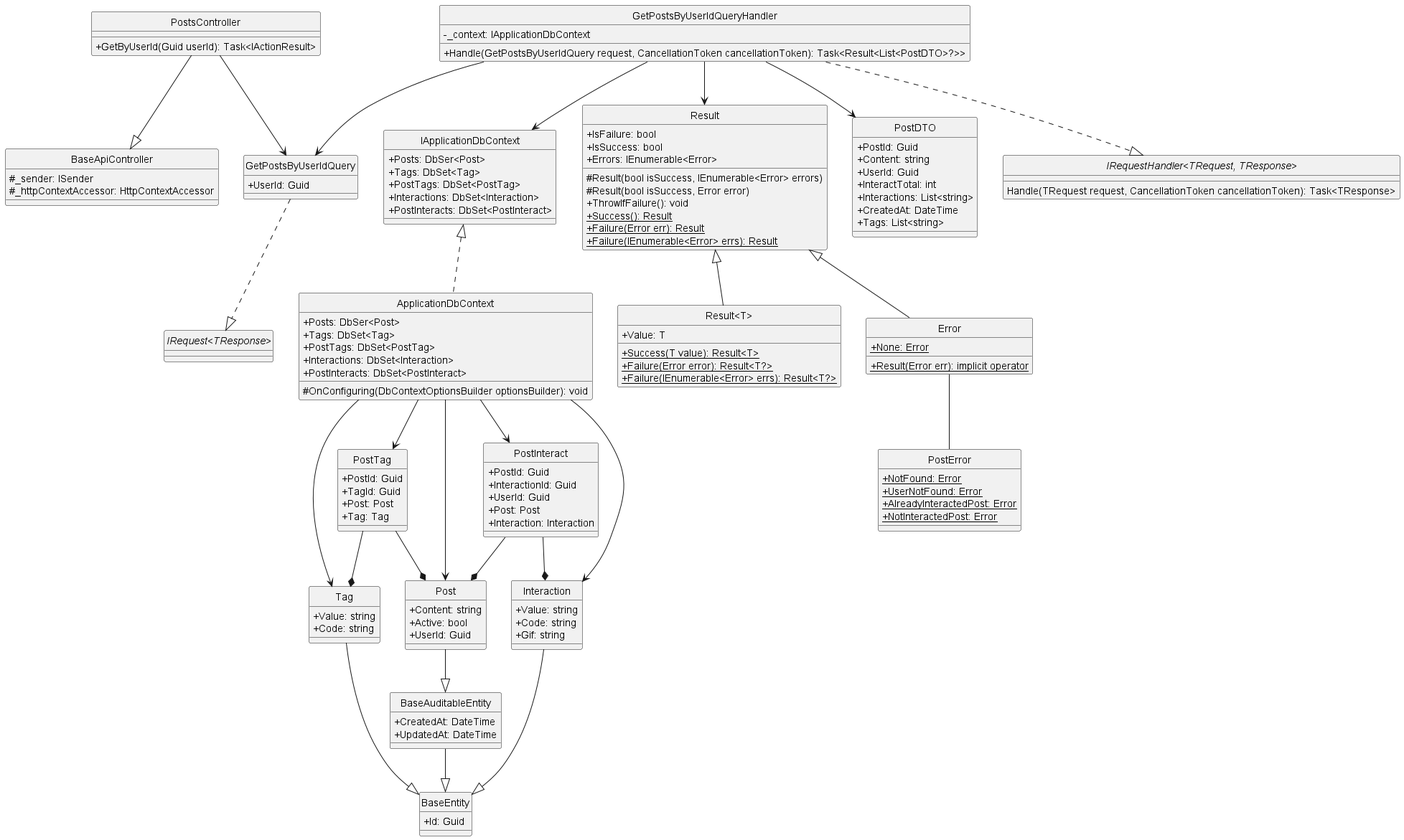
Earlier version of the PlantUML export docs/Class Diagram/Post/Post/GetByUserId/ClassDiagram/getPostByUserId.png (Carl-Johnsons/Chat-Application). The source it was exported from:
```plantuml
@startuml getPostByUserId
hide circle
skinparam classAttributeIconSize 0

class BaseApiController {
    #_sender: ISender
    #_httpContextAccessor: HttpContextAccessor
}

class PostsController {
    +GetByUserId(Guid userId): Task<IActionResult>
}

class GetPostsByUserIdQuery {
    +UserId: Guid
}

class GetPostsByUserIdQueryHandler {
    -_context: IApplicationDbContext
    +Handle(GetPostsByUserIdQuery request, CancellationToken cancellationToken): Task<Result<List<PostDTO>?>>
}

class IApplicationDbContext {
    +Posts: DbSer<Post>
    +Tags: DbSet<Tag>
    +PostTags: DbSet<PostTag>
    +Interactions: DbSet<Interaction>
    +PostInteracts: DbSet<PostInteract>
}

class ApplicationDbContext {
    +Posts: DbSer<Post>
    +Tags: DbSet<Tag>
    +PostTags: DbSet<PostTag>
    +Interactions: DbSet<Interaction>
    +PostInteracts: DbSet<PostInteract>
    #OnConfiguring(DbContextOptionsBuilder optionsBuilder): void
}

class Result {
    +IsFailure: bool
    +IsSuccess: bool
    +Errors: IEnumerable<Error>
    #Result(bool isSuccess, IEnumerable<Error> errors)
    #Result(bool isSuccess, Error error)
    +ThrowIfFailure(): void
    +{static} Success(): Result
    +{static} Failure(Error err): Result
    +{static} Failure(IEnumerable<Error> errs): Result
}

class "Result<T>" {
    +Value: T
    +{static} Success(T value): Result<T>
    +{static} Failure(Error error): Result<T?>
    +{static} Failure(IEnumerable<Error> errs): Result<T?>
}

class Error {
    +{static} None: Error
    +{static} Result(Error err): implicit operator
}

class PostError {
    +{static} NotFound: Error
    +{static} UserNotFound: Error
    +{static} AlreadyInteractedPost: Error
    +{static} NotInteractedPost: Error
}

class PostDTO {
    +PostId: Guid
    +Content: string
    +UserId: Guid
    +InteractTotal: int
    +Interactions: List<string>
    +CreatedAt: DateTime
    +Tags: List<string>
}

class BaseEntity {
    +Id: Guid
}

class BaseAuditableEntity{
    +CreatedAt: DateTime
    +UpdatedAt: DateTime
}

class Tag {
    +Value: string
    +Code: string
}

class Post {
    +Content: string
    +Active: bool
    +UserId: Guid
}

class PostTag {
    +PostId: Guid
    +TagId: Guid
    +Post: Post
    +Tag: Tag
}

class Interaction {
    +Value: string
    +Code: string
    +Gif: string
}

class PostInteract {
    +PostId: Guid
    +InteractionId: Guid
    +UserId: Guid
    +Post: Post
    +Interaction: Interaction
}

interface "IRequest<TResponse>"
interface "IRequestHandler<TRequest, TResponse>"{
    Handle(TRequest request, CancellationToken cancellationToken): Task<TResponse>
}

PostsController --|> BaseApiController
PostsController --> GetPostsByUserIdQuery
GetPostsByUserIdQuery ..|> "IRequest<TResponse>"
GetPostsByUserIdQueryHandler ..|> "IRequestHandler<TRequest, TResponse>"
GetPostsByUserIdQueryHandler --> GetPostsByUserIdQuery
GetPostsByUserIdQueryHandler --> Result
GetPostsByUserIdQueryHandler --> IApplicationDbContext
GetPostsByUserIdQueryHandler --> PostDTO
Result <|-- Error
Result <|-- "Result<T>"
Error -- PostError
Tag --|> BaseEntity
Interaction --|> BaseEntity
Post --|> BaseAuditableEntity
BaseAuditableEntity --|> BaseEntity
PostTag --* Post
PostTag --* Tag
PostInteract --* Post
PostInteract --* Interaction
IApplicationDbContext <|.. ApplicationDbContext
ApplicationDbContext --> Tag
ApplicationDbContext --> Post
ApplicationDbContext --> PostTag
ApplicationDbContext --> Interaction
ApplicationDbContext --> PostInteract
@enduml
```
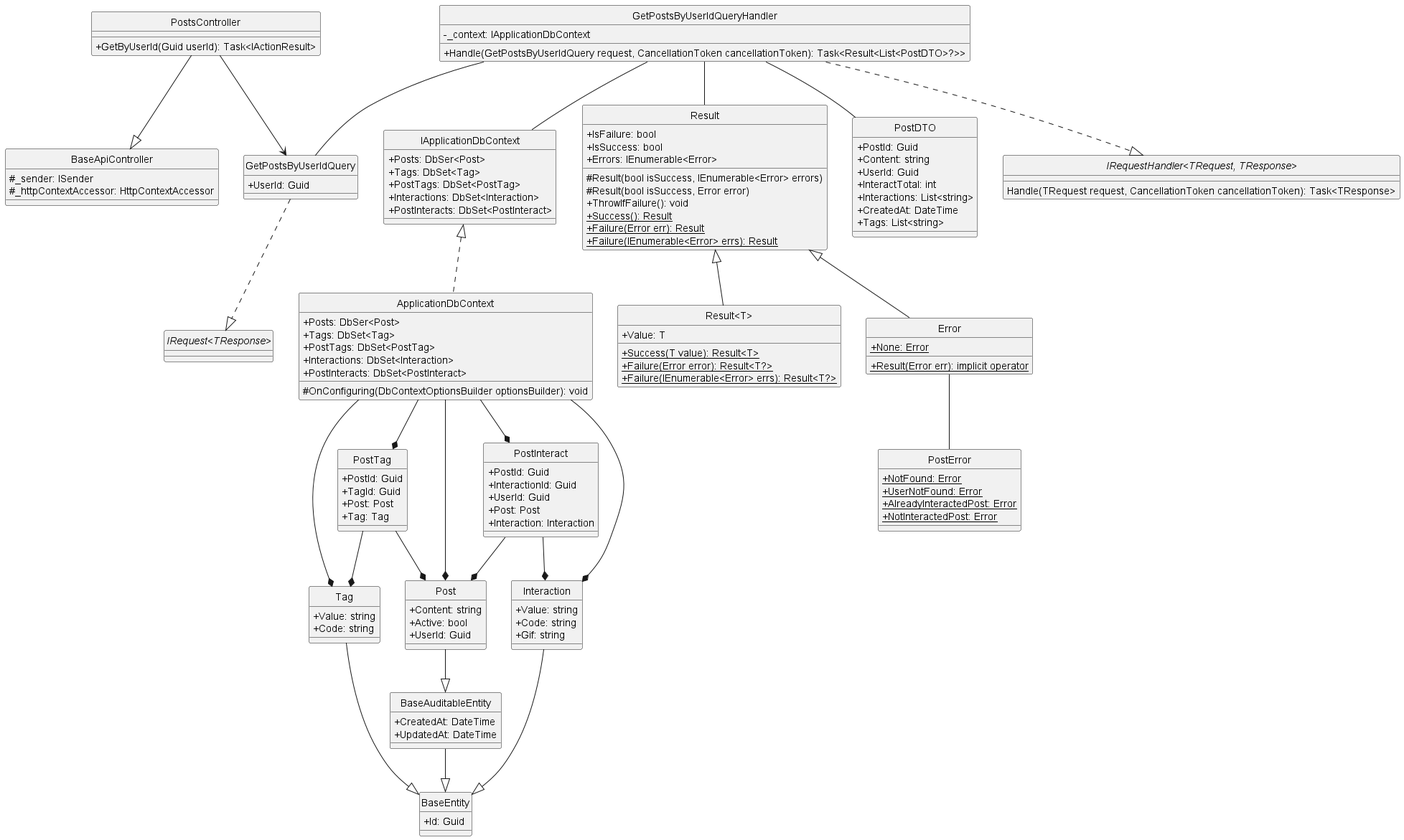
The same file after the commit.

Change to the diagram source:
```diff
@@ -128,10 +128,10 @@
 PostsController --> GetPostsByUserIdQuery
 GetPostsByUserIdQuery ..|> "IRequest<TResponse>"
 GetPostsByUserIdQueryHandler ..|> "IRequestHandler<TRequest, TResponse>"
-GetPostsByUserIdQueryHandler --> GetPostsByUserIdQuery
-GetPostsByUserIdQueryHandler --> Result
-GetPostsByUserIdQueryHandler --> IApplicationDbContext
-GetPostsByUserIdQueryHandler --> PostDTO
+GetPostsByUserIdQueryHandler -- GetPostsByUserIdQuery
+GetPostsByUserIdQueryHandler -- Result
+GetPostsByUserIdQueryHandler -- IApplicationDbContext
+GetPostsByUserIdQueryHandler -- PostDTO
 Result <|-- Error
 Result <|-- "Result<T>"
 Error -- PostError
@@ -144,9 +144,9 @@
 PostInteract --* Post
 PostInteract --* Interaction
 IApplicationDbContext <|.. ApplicationDbContext
-ApplicationDbContext --> Tag
-ApplicationDbContext --> Post
-ApplicationDbContext --> PostTag
-ApplicationDbContext --> Interaction
-ApplicationDbContext --> PostInteract
+ApplicationDbContext --* Tag
+ApplicationDbContext --* Post
+ApplicationDbContext --* PostTag
+ApplicationDbContext --* Interaction
+ApplicationDbContext --* PostInteract
 @enduml
```
